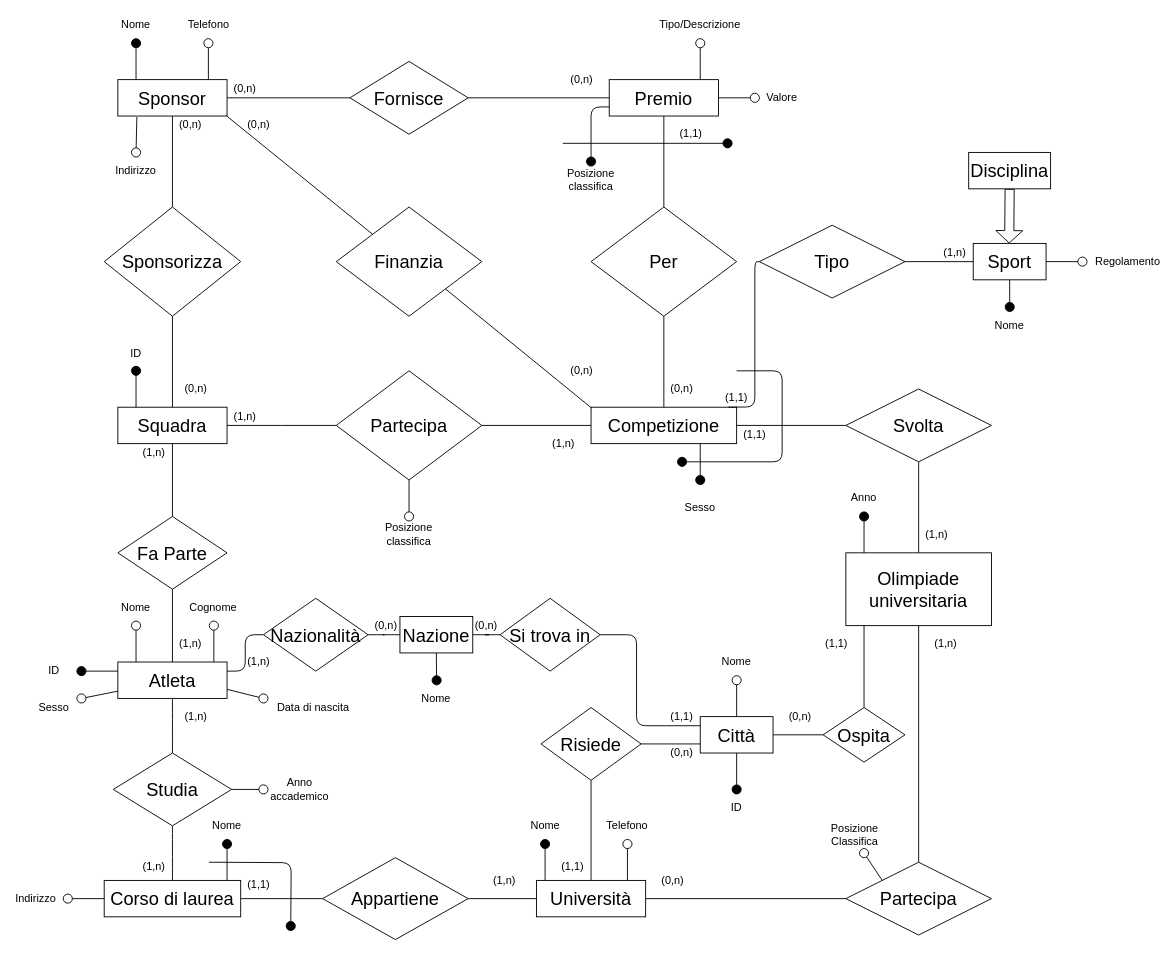
The draw.io diagram page "Schema E-R" (1 of 3) of Olimpiadi studentesche.drawio in giovannivelludo/database-project, before the edit. Source tidied: cells renumbered, new cells numbered last; positions are measured from the earlier drawing's top-left corner, leaving out a move shared by most shapes. Both pictures are drawn from the tidied source at 91%, with x=0, y=0 at pixel (17, 15).
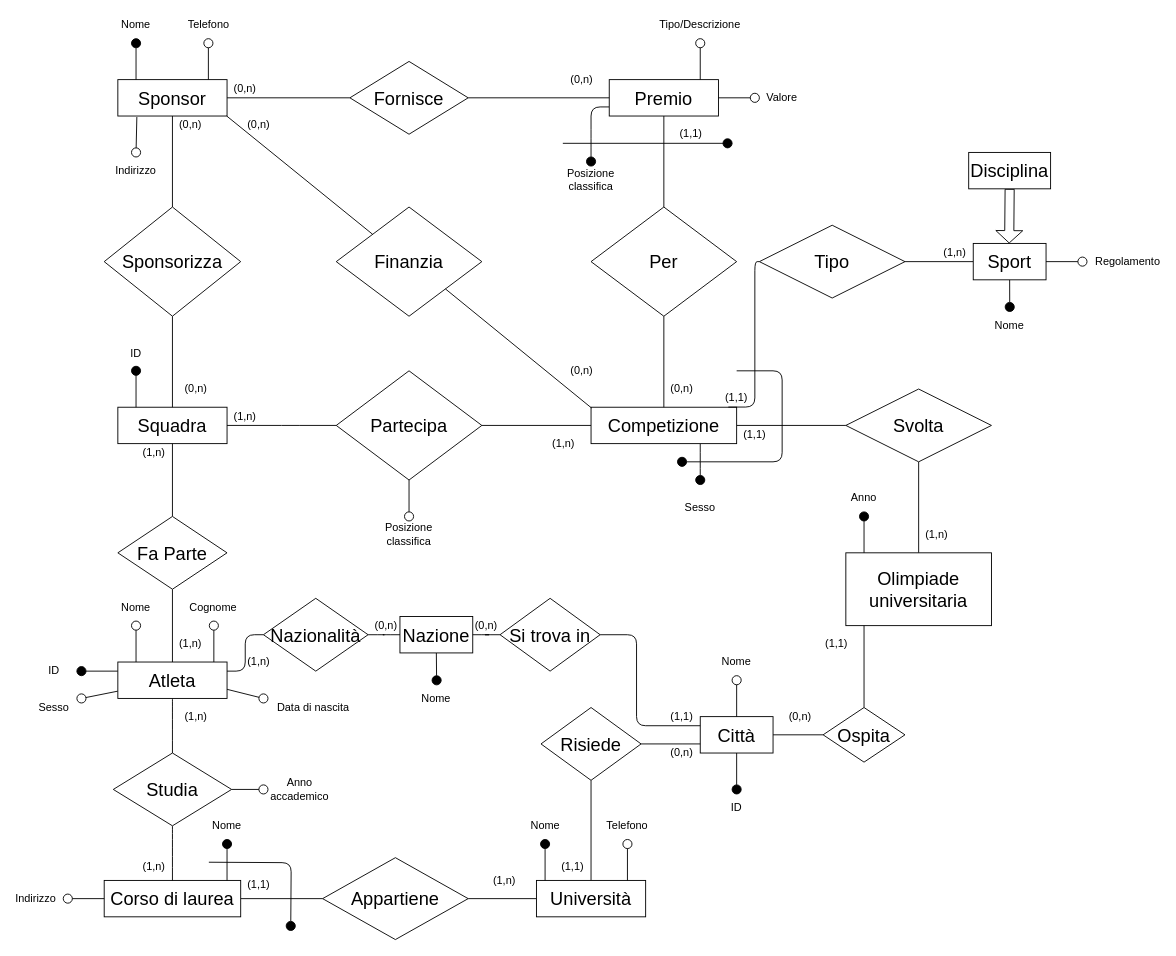
After the change.

Commit message:
Rimossa relazione tra Olimpiade ed Università, perché sono le nazioni a partecipare alle Universiadi

The change refers to these unchanged cells:
```xml
<mxCell id="25" value="Università" style="rounded=0;whiteSpace=wrap;html=1;fontSize=20;" parent="1" vertex="1">
  <mxGeometry x="570" y="950" width="120" height="40" as="geometry" />
</mxCell>
<mxCell id="29" value="&lt;font style=&quot;font-size: 20px&quot;&gt;Olimpiade universitaria&lt;/font&gt;" style="rounded=0;whiteSpace=wrap;html=1;" parent="1" vertex="1">
  <mxGeometry x="910" y="590" width="160" height="80" as="geometry" />
</mxCell>
```

The edit, as a diff of the source:
```diff
@@
-    <mxCell id="22" style="edgeStyle=orthogonalEdgeStyle;rounded=0;jettySize=auto;html=1;endArrow=none;endFill=0;fontSize=20;entryX=0;entryY=0.5;entryDx=0;entryDy=0;" parent="1" edge="1" source="25" target="30">
-      <mxGeometry relative="1" as="geometry" />
-    </mxCell>
@@
-    <mxCell id="28" style="edgeStyle=orthogonalEdgeStyle;rounded=0;jettySize=auto;html=1;endArrow=none;endFill=0;fontSize=20;entryX=0.5;entryY=0;entryDx=0;entryDy=0;" parent="1" edge="1" source="29" target="30">
-      <mxGeometry relative="1" as="geometry" />
-    </mxCell>
@@
-    <mxCell id="30" value="Partecipa" style="rhombus;whiteSpace=wrap;html=1;rounded=0;fontSize=20;" parent="1" vertex="1">
-      <mxGeometry x="910" y="930" width="160" height="80" as="geometry" />
-    </mxCell>
@@
-    <mxCell id="43" value="(1,n)" style="text;html=1;strokeColor=none;fillColor=none;align=center;verticalAlign=middle;whiteSpace=wrap;rounded=0;" parent="1" vertex="1">
-      <mxGeometry x="1000" y="680" width="40" height="20" as="geometry" />
-    </mxCell>
@@
-    <mxCell id="70" value="(0,n)" style="text;html=1;strokeColor=none;fillColor=none;align=center;verticalAlign=middle;whiteSpace=wrap;rounded=0;" parent="1" vertex="1">
-      <mxGeometry x="700" y="940" width="40" height="20" as="geometry" />
-    </mxCell>
@@
-    <mxCell id="86" style="endArrow=oval;html=1;endFill=0;endSize=10;" parent="1" edge="1">
-      <mxGeometry relative="1" as="geometry">
-        <mxPoint x="950" y="950" as="sourcePoint" />
-        <mxPoint x="930" y="920" as="targetPoint" />
-      </mxGeometry>
-    </mxCell>
-    <mxCell id="87" value="Posizione Classifica" style="text;html=1;strokeColor=none;fillColor=none;align=center;verticalAlign=middle;whiteSpace=wrap;rounded=0;" parent="1" vertex="1">
-      <mxGeometry x="900" y="890" width="40" height="20" as="geometry" />
-    </mxCell>
```
